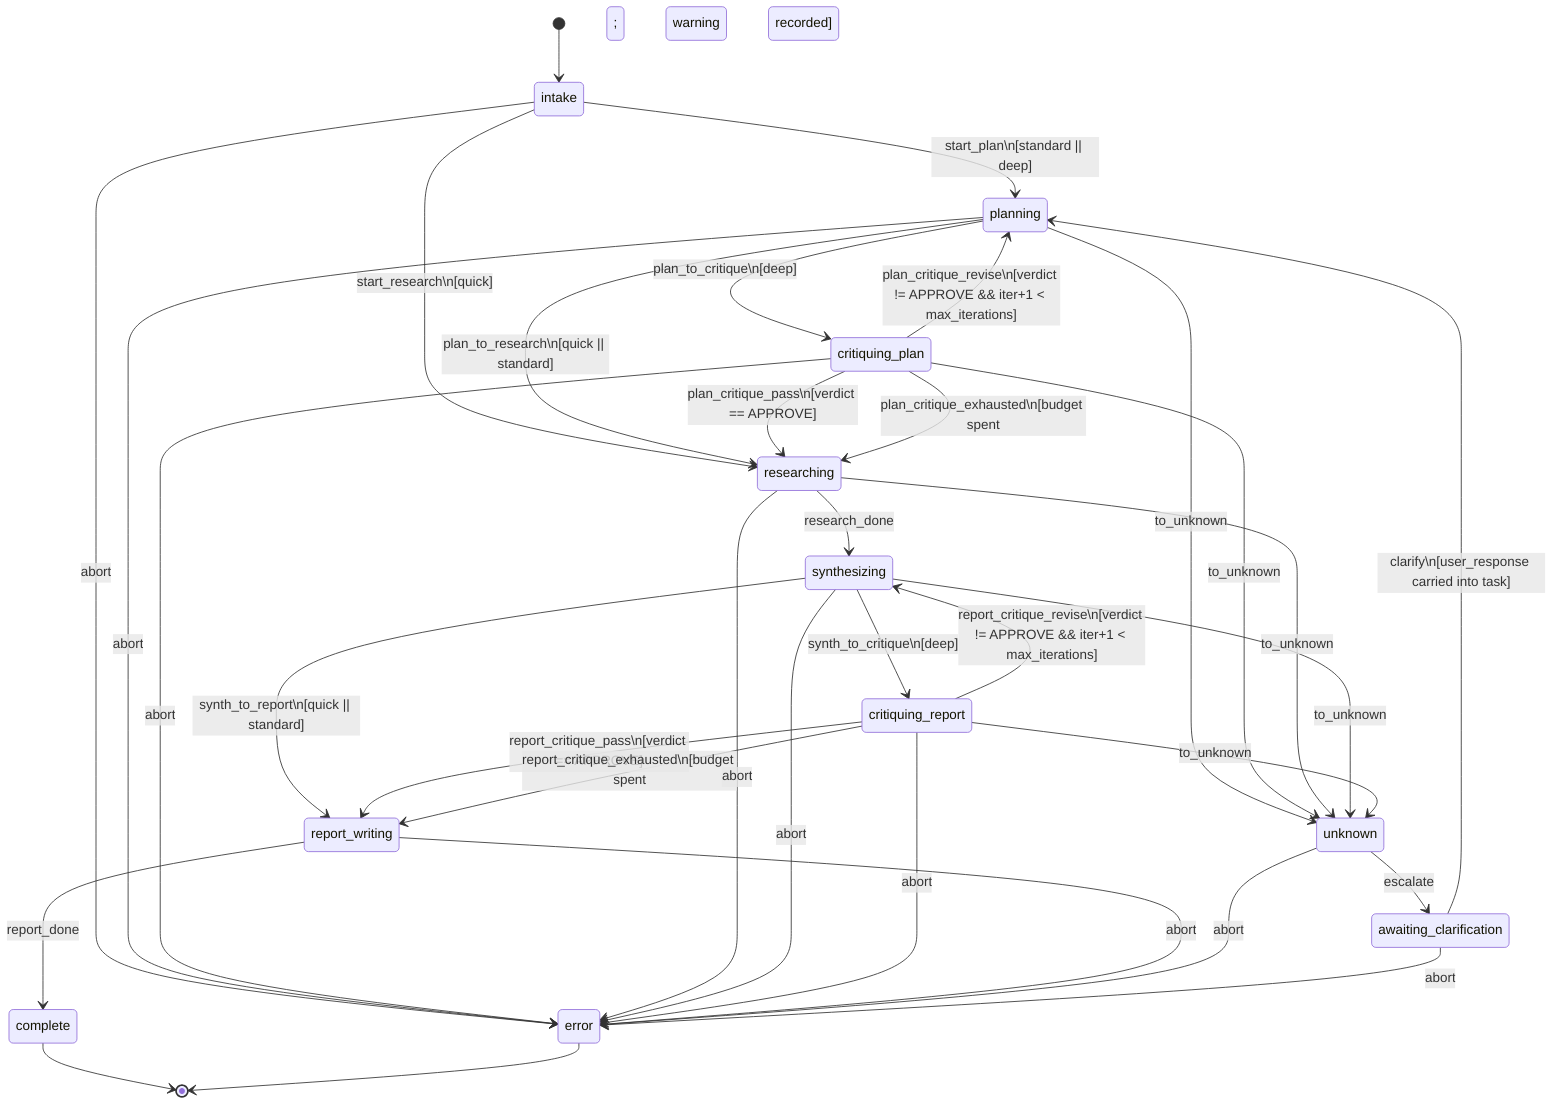
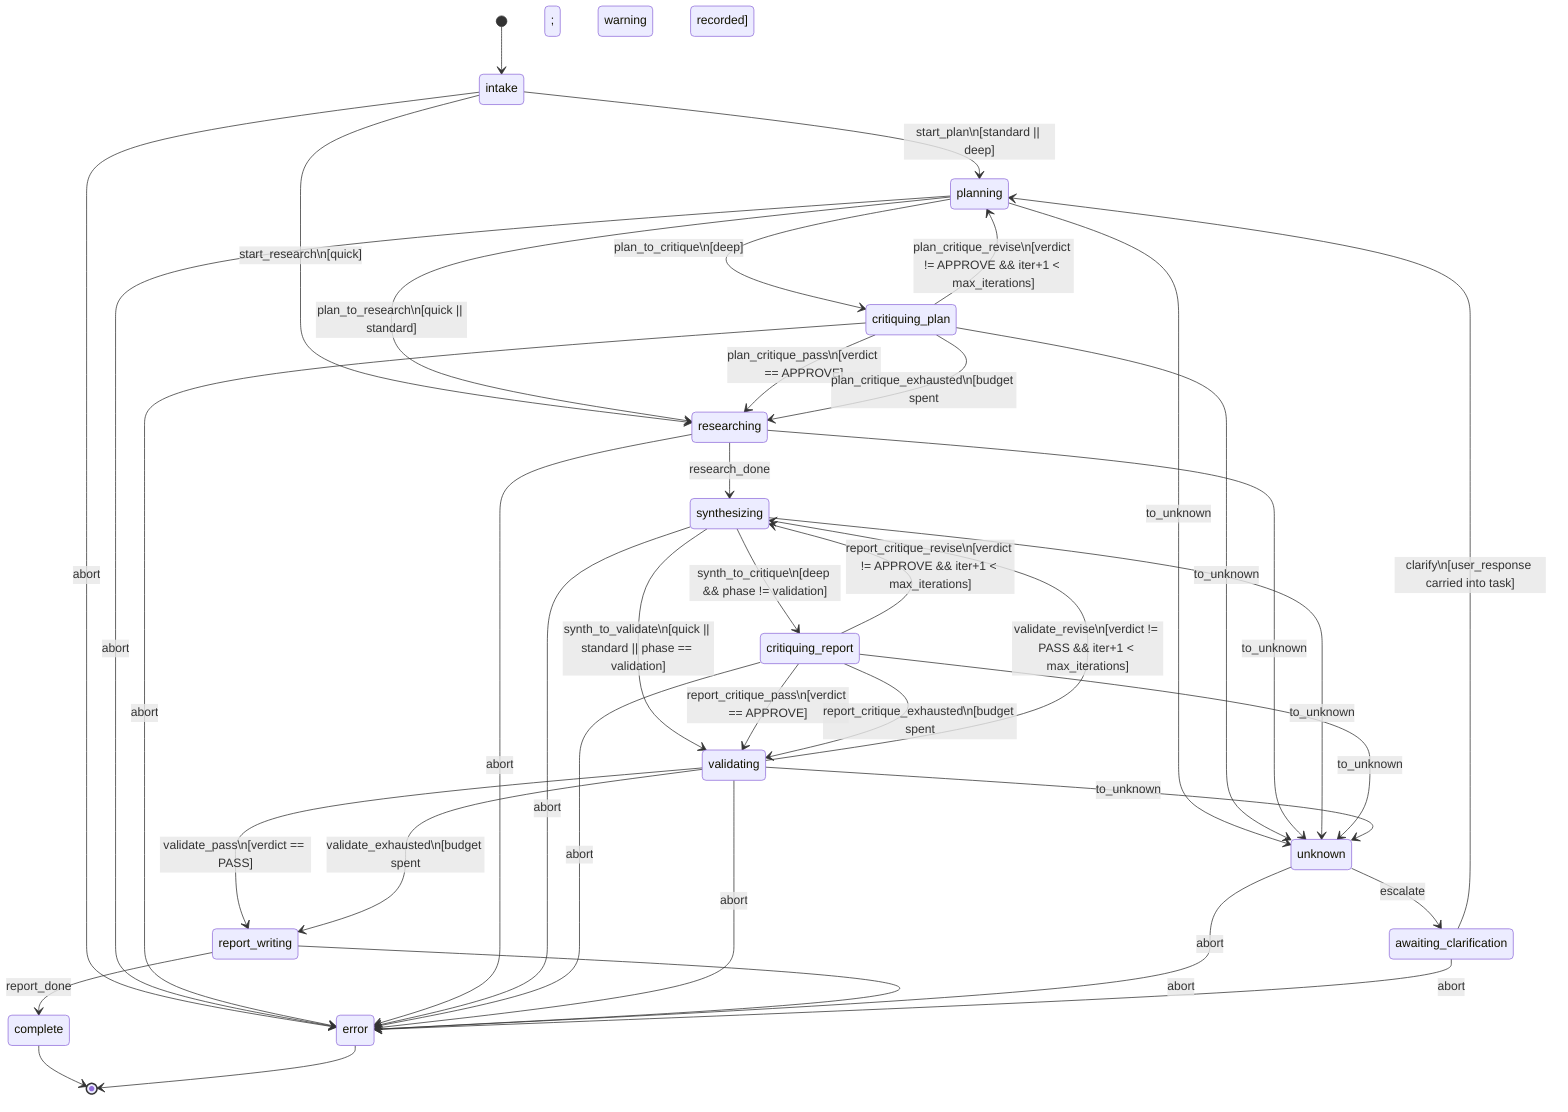
%% ============================================================================
%% research skill — FSM (edge-for-edge with ResearchPlaybook / ResearchMachine)
%% apps/orchestration/src/orchestration/playbooks/research.py
%% ============================================================================
%% One machine serves all three modes (quick / standard / deep); the mode is
%% detected at intake (detect_mode) or forced by constraints.mode and selects
%% the edges. State lives in the durable SQLite checkpointer keyed by run_id.
%%
%% READING NOTES:
%%   * Multiple guarded arrows from ONE state are MUTUALLY EXCLUSIVE (XOR).
%%   * [quick]/[standard]/[deep] on an edge = a mode guard.
- %%   * Both critique loops are BOUNDED by ctx.max_iterations; on exhaustion the
- %%     run proceeds honestly with a recorded warning (never force-approves).
+ %%   * Both critique loops AND the validation loop are BOUNDED by ctx.max_iterations;
+ %%     on exhaustion the run proceeds honestly with a recorded warning (never
+ %%     force-approves / never ships unverified claims as verified).
%%   * researching is a SINGLE echo agent researching ALL sub-queries (no fan-out).
+ %%   * validating (vera) is an independent, evidence-based citation-grounding gate
+ %%     that runs in ALL modes before report_writing (distinct from carren's
+ %%     subjective report critique); a FAIL loops back to synthesizing to re-ground.
%%   * to_unknown fires when progress_check returns a reason (needs_clarification,
- %%     *_complete=false, or a stalled critique); it is available only from the
- %%     ESCALATABLE_STATES (report_writing does NOT escalate).
+ %%     *_complete=false, a stalled critique, or a stalled validation); it is
+ %%     available only from the ESCALATABLE_STATES (report_writing does NOT escalate).
%% ============================================================================
stateDiagram-v2
    [*] --> intake

    %% intake: initial_transition picks mode; empty goal raises (abort → error)
    intake --> planning : start_plan\n[standard || deep]
    intake --> researching : start_research\n[quick]

    %% planning (piper) — decompose into sub-queries; deep adds a critique gate
    planning --> critiquing_plan : plan_to_critique\n[deep]
    planning --> researching : plan_to_research\n[quick || standard]

    %% critiquing_plan (carren, deep only) — bounded revise loop
    critiquing_plan --> researching : plan_critique_pass\n[verdict == APPROVE]
    critiquing_plan --> planning : plan_critique_revise\n[verdict != APPROVE && iter+1 < max_iterations]
    critiquing_plan --> researching : plan_critique_exhausted\n[budget spent; warning recorded]

    %% researching (echo, single agent, ALL sub-queries)
    researching --> synthesizing : research_done

-     %% synthesizing (synthia) — deep adds a report critique gate
-     synthesizing --> critiquing_report : synth_to_critique\n[deep]
-     synthesizing --> report_writing : synth_to_report\n[quick || standard]
+     %% synthesizing (synthia) — deep adds a report critique gate; all modes then
+     %% pass through the validation gate (phase guard routes a re-synthesis back
+     %% to vera rather than re-running the critique)
+     synthesizing --> critiquing_report : synth_to_critique\n[deep && phase != validation]
+     synthesizing --> validating : synth_to_validate\n[quick || standard || phase == validation]

-     %% critiquing_report (carren, deep only) — bounded revise loop
-     critiquing_report --> report_writing : report_critique_pass\n[verdict == APPROVE]
+     %% critiquing_report (carren, deep only) — bounded revise loop → validation gate
+     critiquing_report --> validating : report_critique_pass\n[verdict == APPROVE]
    critiquing_report --> synthesizing : report_critique_revise\n[verdict != APPROVE && iter+1 < max_iterations]
-     critiquing_report --> report_writing : report_critique_exhausted\n[budget spent; warning recorded]
+     critiquing_report --> validating : report_critique_exhausted\n[budget spent; warning recorded]
+ 
+     %% validating (vera, ALL modes) — independent citation-grounding; bounded loop
+     validating --> report_writing : validate_pass\n[verdict == PASS]
+     validating --> synthesizing : validate_revise\n[verdict != PASS && iter+1 < max_iterations]
+     validating --> report_writing : validate_exhausted\n[budget spent; warning recorded]

    %% report_writing (skribble) — write report.md / sources.md / README.md
    report_writing --> complete : report_done

    complete --> [*]
    error --> [*]

    %% ── Escalation seam (single HITL) — to_unknown from ESCALATABLE_STATES only ──
    planning --> unknown : to_unknown
    critiquing_plan --> unknown : to_unknown
    researching --> unknown : to_unknown
    synthesizing --> unknown : to_unknown
    critiquing_report --> unknown : to_unknown
+     validating --> unknown : to_unknown
    unknown --> awaiting_clarification : escalate
    awaiting_clarification --> planning : clarify\n[user_response carried into task]

    %% ── Abort seam (any non-final state → error) ──
    intake --> error : abort
    planning --> error : abort
    critiquing_plan --> error : abort
    researching --> error : abort
    synthesizing --> error : abort
    critiquing_report --> error : abort
+     validating --> error : abort
    report_writing --> error : abort
    unknown --> error : abort
    awaiting_clarification --> error : abort
